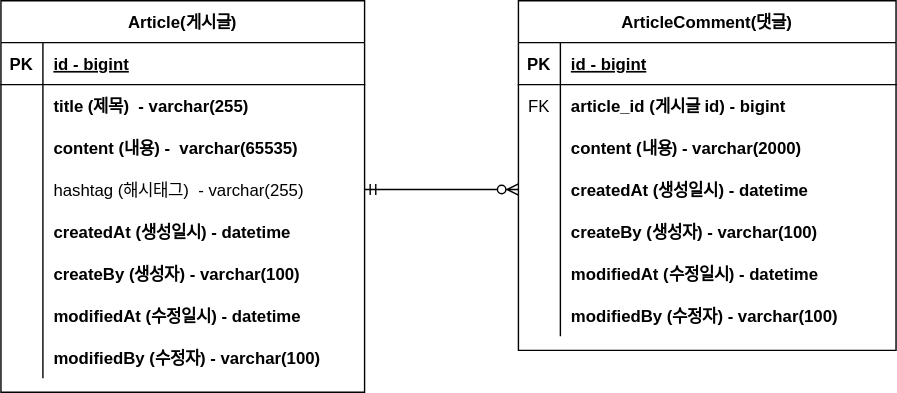
Before: document/project-boare-erd.svg, a diagram exported from draw.io (jeonghokyoung/fast-project-board). Source tidied: cells renumbered, new cells last; positions are measured from the earlier drawing's top-left corner, leaving out a move shared by most shapes.
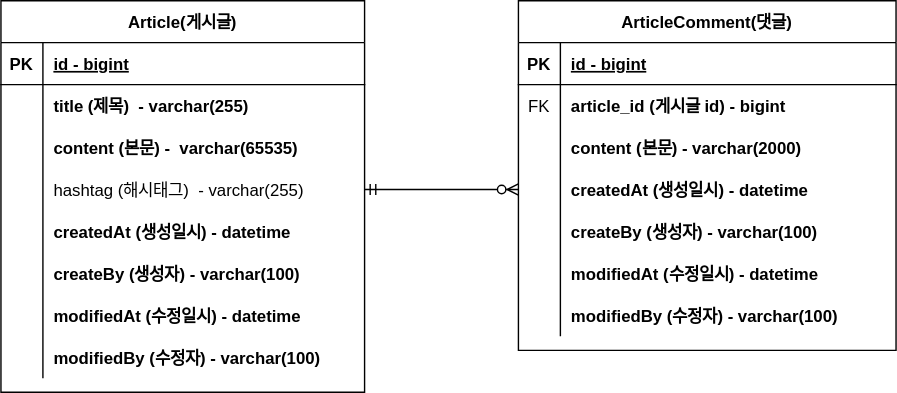
The same diagram one commit later.

Commit message:
#8 - ERD 주석 업데이트 :  project-boare-erd.svg

The edit, as a diff of the source:
```diff
@@ -29,7 +29,7 @@
     <mxCell id="10" style="shape=partialRectangle;overflow=hidden;fillColor=none;top=0;left=0;bottom=0;right=0;" parent="9" vertex="1">
       <mxGeometry width="30" height="30" as="geometry" />
     </mxCell>
-    <mxCell id="11" value="content (내용) -  varchar(65535)" style="shape=partialRectangle;overflow=hidden;fillColor=none;top=0;left=0;bottom=0;right=0;align=left;spacingLeft=6;fontStyle=1;" parent="9" vertex="1">
+    <mxCell id="11" value="content (본문) -  varchar(65535)" style="shape=partialRectangle;overflow=hidden;fillColor=none;top=0;left=0;bottom=0;right=0;align=left;spacingLeft=6;fontStyle=1;" parent="9" vertex="1">
       <mxGeometry x="30" width="230" height="30" as="geometry" />
     </mxCell>
     <mxCell id="12" style="shape=partialRectangle;fillColor=none;points=[[0,0.5],[1,0.5]];portConstraint=eastwest;top=0;left=0;right=0;bottom=0;" parent="2" vertex="1">
@@ -104,7 +104,7 @@
     <mxCell id="35" style="shape=partialRectangle;overflow=hidden;fillColor=none;top=0;left=0;bottom=0;right=0;" parent="34" vertex="1">
       <mxGeometry width="30" height="30" as="geometry" />
     </mxCell>
-    <mxCell id="36" value="content (내용) - varchar(2000)" style="shape=partialRectangle;overflow=hidden;fillColor=none;top=0;left=0;bottom=0;right=0;align=left;spacingLeft=6;fontStyle=1;" parent="34" vertex="1">
+    <mxCell id="36" value="content (본문) - varchar(2000)" style="shape=partialRectangle;overflow=hidden;fillColor=none;top=0;left=0;bottom=0;right=0;align=left;spacingLeft=6;fontStyle=1;" parent="34" vertex="1">
       <mxGeometry x="30" width="240" height="30" as="geometry" />
     </mxCell>
     <mxCell id="37" style="shape=partialRectangle;fillColor=none;points=[[0,0.5],[1,0.5]];portConstraint=eastwest;top=0;left=0;right=0;bottom=0;" parent="27" vertex="1">
```
